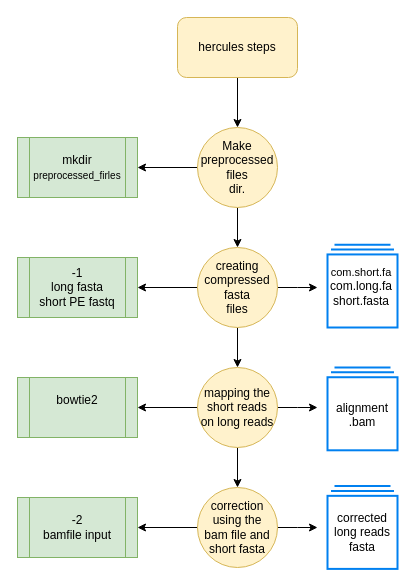
This is page "Page-3" (2 of 4) of Untitled Diagram.drawio from anukrati0306/anukrati0306, a draw.io file, before an edit. Source tidied: cells renumbered, new cells numbered last; positions are measured from the earlier drawing's top-left corner, leaving out a move shared by most shapes. Both pictures are drawn from the tidied source at 100%, with x=0, y=0 at pixel (17, 17).
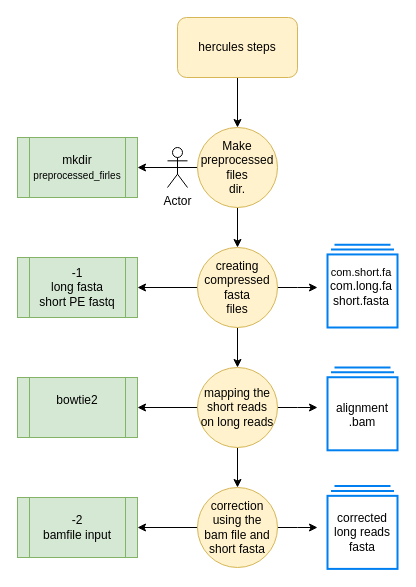
The same page after the edit.

What changed in the source:
```diff
@@
+    <mxCell id="28" value="Actor" style="shape=umlActor;verticalLabelPosition=bottom;verticalAlign=top;html=1;" parent="1" vertex="1">
+      <mxGeometry x="150" y="130" width="20" height="40" as="geometry" />
+    </mxCell>
```
